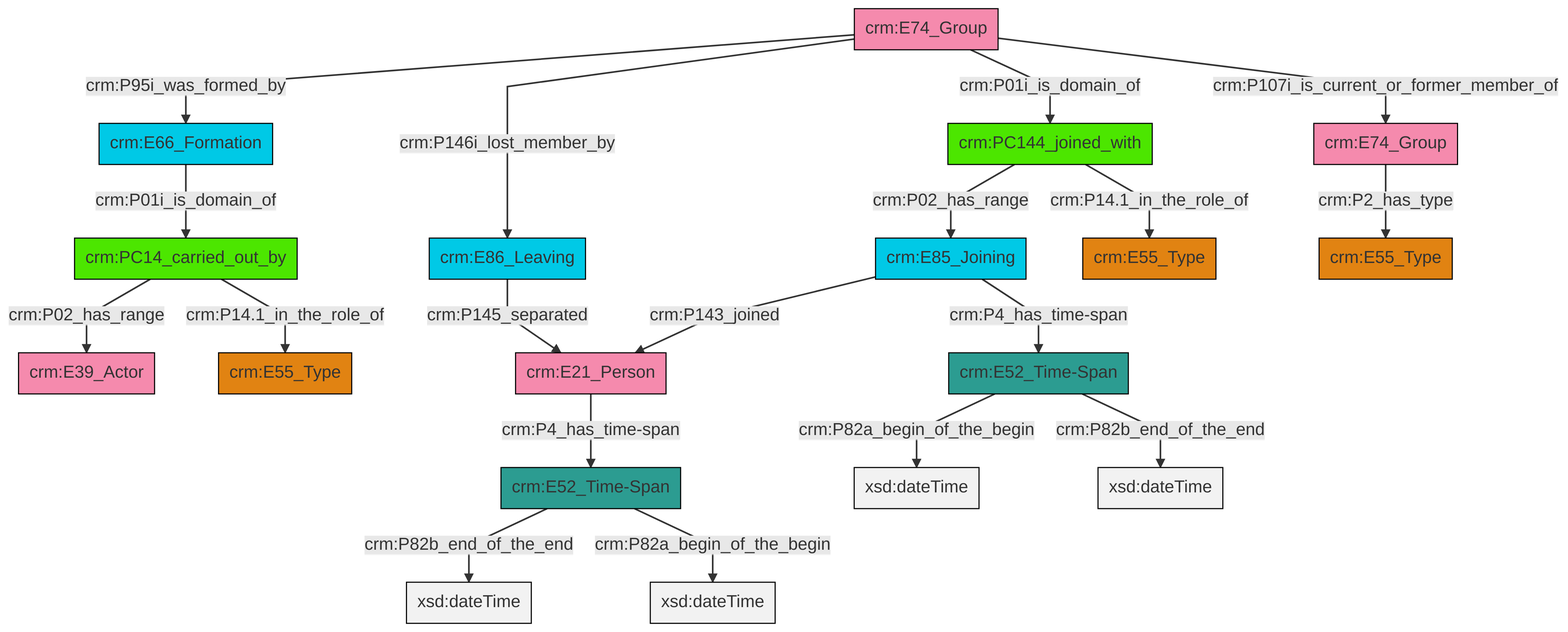
Earlier version of the Mermaid export et/groupCSV/ttl/mmd/png/group_actor_relations.png (swiss-art-research-net/reference-data-models). Its source is kept beside it as et/groupCSV/ttl/mmd/group_actor_relations.ttl.mmd.
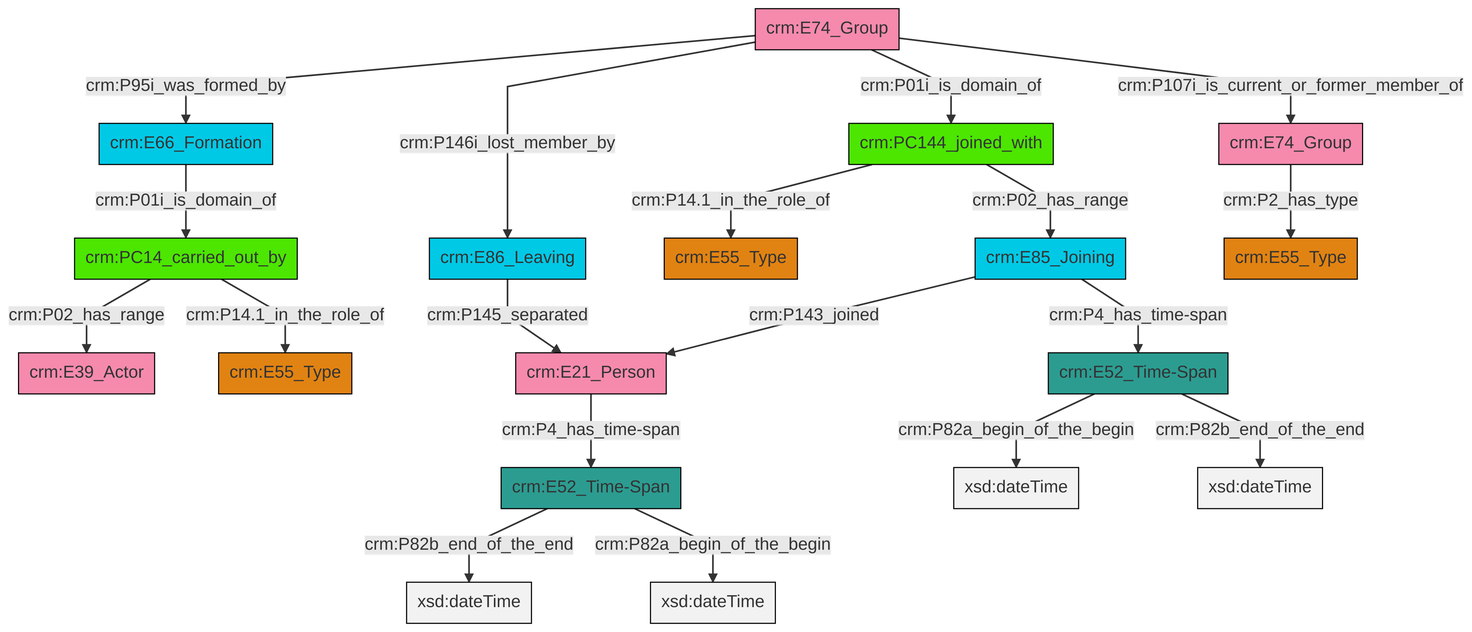
Above is the later version.

What changed in the source:
```diff
@@ -13,21 +13,21 @@
 classDef PC_Classes fill:#4ce600, stroke:#000000;
 classDef Multi fill:#cccccc,stroke:#000000;
 
-0["crm:E66_Formation"]:::Temporal_Entity -->|crm:P01i_is_domain_of| 1["crm:PC14_carried_out_by"]:::PC_Classes
+0["crm:E52_Time-Span"]:::Time-Span -->|crm:P82b_end_of_the_end| 1[xsd:dateTime]:::Literal
 2["crm:PC144_joined_with"]:::PC_Classes -->|crm:P02_has_range| 3["crm:E85_Joining"]:::Temporal_Entity
-4["crm:E74_Group"]:::Actor -->|crm:P95i_was_formed_by| 0["crm:E66_Formation"]:::Temporal_Entity
-11["crm:E52_Time-Span"]:::Time-Span -->|crm:P82a_begin_of_the_begin| 12[xsd:dateTime]:::Literal
-1["crm:PC14_carried_out_by"]:::PC_Classes -->|crm:P02_has_range| 13["crm:E39_Actor"]:::Actor
-11["crm:E52_Time-Span"]:::Time-Span -->|crm:P82b_end_of_the_end| 14[xsd:dateTime]:::Literal
-4["crm:E74_Group"]:::Actor -->|crm:P146i_lost_member_by| 17["crm:E86_Leaving"]:::Temporal_Entity
-3["crm:E85_Joining"]:::Temporal_Entity -->|crm:P143_joined| 19["crm:E21_Person"]:::Actor
-19["crm:E21_Person"]:::Actor -->|crm:P4_has_time-span| 20["crm:E52_Time-Span"]:::Time-Span
-4["crm:E74_Group"]:::Actor -->|crm:P01i_is_domain_of| 2["crm:PC144_joined_with"]:::PC_Classes
-4["crm:E74_Group"]:::Actor -->|crm:P107i_is_current_or_former_member_of| 24["crm:E74_Group"]:::Actor
-20["crm:E52_Time-Span"]:::Time-Span -->|crm:P82b_end_of_the_end| 26[xsd:dateTime]:::Literal
-20["crm:E52_Time-Span"]:::Time-Span -->|crm:P82a_begin_of_the_begin| 27[xsd:dateTime]:::Literal
-3["crm:E85_Joining"]:::Temporal_Entity -->|crm:P4_has_time-span| 11["crm:E52_Time-Span"]:::Time-Span
-1["crm:PC14_carried_out_by"]:::PC_Classes -->|crm:P14.1_in_the_role_of| 8["crm:E55_Type"]:::Type
-17["crm:E86_Leaving"]:::Temporal_Entity -->|crm:P145_separated| 19["crm:E21_Person"]:::Actor
-2["crm:PC144_joined_with"]:::PC_Classes -->|crm:P14.1_in_the_role_of| 5["crm:E55_Type"]:::Type
-24["crm:E74_Group"]:::Actor -->|crm:P2_has_type| 30["crm:E55_Type"]:::Type
+4["crm:PC14_carried_out_by"]:::PC_Classes -->|crm:P02_has_range| 6["crm:E39_Actor"]:::Actor
+16["crm:E74_Group"]:::Actor -->|crm:P01i_is_domain_of| 2["crm:PC144_joined_with"]:::PC_Classes
+17["crm:E86_Leaving"]:::Temporal_Entity -->|crm:P145_separated| 18["crm:E21_Person"]:::Actor
+19["crm:E66_Formation"]:::Temporal_Entity -->|crm:P01i_is_domain_of| 4["crm:PC14_carried_out_by"]:::PC_Classes
+20["crm:E52_Time-Span"]:::Time-Span -->|crm:P82a_begin_of_the_begin| 21[xsd:dateTime]:::Literal
+3["crm:E85_Joining"]:::Temporal_Entity -->|crm:P4_has_time-span| 20["crm:E52_Time-Span"]:::Time-Span
+2["crm:PC144_joined_with"]:::PC_Classes -->|crm:P14.1_in_the_role_of| 8["crm:E55_Type"]:::Type
+3["crm:E85_Joining"]:::Temporal_Entity -->|crm:P143_joined| 18["crm:E21_Person"]:::Actor
+18["crm:E21_Person"]:::Actor -->|crm:P4_has_time-span| 0["crm:E52_Time-Span"]:::Time-Span
+16["crm:E74_Group"]:::Actor -->|crm:P146i_lost_member_by| 17["crm:E86_Leaving"]:::Temporal_Entity
+0["crm:E52_Time-Span"]:::Time-Span -->|crm:P82a_begin_of_the_begin| 29[xsd:dateTime]:::Literal
+4["crm:PC14_carried_out_by"]:::PC_Classes -->|crm:P14.1_in_the_role_of| 14["crm:E55_Type"]:::Type
+16["crm:E74_Group"]:::Actor -->|crm:P107i_is_current_or_former_member_of| 12["crm:E74_Group"]:::Actor
+20["crm:E52_Time-Span"]:::Time-Span -->|crm:P82b_end_of_the_end| 32[xsd:dateTime]:::Literal
+12["crm:E74_Group"]:::Actor -->|crm:P2_has_type| 23["crm:E55_Type"]:::Type
+16["crm:E74_Group"]:::Actor -->|crm:P95i_was_formed_by| 19["crm:E66_Formation"]:::Temporal_Entity
```
